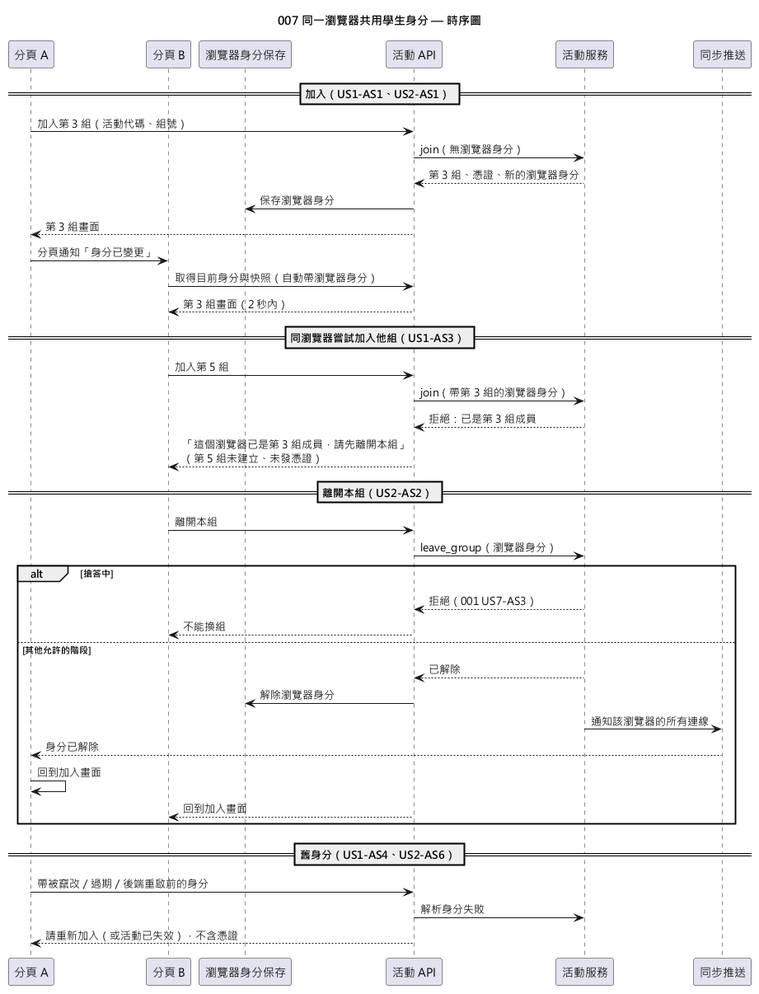
Above: diagrams/007-browser-identity-sync-sequence.png in EricC430/lecture-answer-first_group16_speckit (PlantUML), before the change. The source it was exported from:
```plantuml
@startuml 007-browser-identity-sync-sequence
!pragma layout smetana
skinparam defaultFontName "Microsoft JhengHei"
title 007 同一瀏覽器共用學生身分 — 時序圖

participant "分頁 A" as A
participant "分頁 B" as B
participant "瀏覽器身分保存" as Store
participant "活動 API" as Api
participant "活動服務" as Svc
participant "同步推送" as Sync

== 加入（US1-AS1、US2-AS1） ==
A -> Api : 加入第 3 組（活動代碼、組號）
Api -> Svc : join（無瀏覽器身分）
Svc --> Api : 第 3 組、憑證、新的瀏覽器身分
Api -> Store : 保存瀏覽器身分
Api --> A : 第 3 組畫面
A -> B : 分頁通知「身分已變更」
B -> Api : 取得目前身分與快照（自動帶瀏覽器身分）
Api --> B : 第 3 組畫面（2 秒內）

== 同瀏覽器嘗試加入他組（US1-AS3） ==
B -> Api : 加入第 5 組
Api -> Svc : join（帶第 3 組的瀏覽器身分）
Svc --> Api : 拒絕：已是第 3 組成員
Api --> B : 「這個瀏覽器已是第 3 組成員，請先離開本組」\n（第 5 組未建立、未發憑證）

== 離開本組（US2-AS2） ==
B -> Api : 離開本組
Api -> Svc : leave_group（瀏覽器身分）
alt 搶答中
  Svc --> Api : 拒絕（001 US7-AS3）
  Api --> B : 不能換組
else 其他允許的階段
  Svc --> Api : 已解除
  Api -> Store : 解除瀏覽器身分
  Svc -> Sync : 通知該瀏覽器的所有連線
  Sync --> A : 身分已解除
  A -> A : 回到加入畫面
  Api --> B : 回到加入畫面
end

== 舊身分（US1-AS4、US2-AS6） ==
A -> Api : 帶被竄改／過期／後端重啟前的身分
Api -> Svc : 解析身分失敗
Api --> A : 請重新加入（或活動已失效），不含憑證
@enduml
```
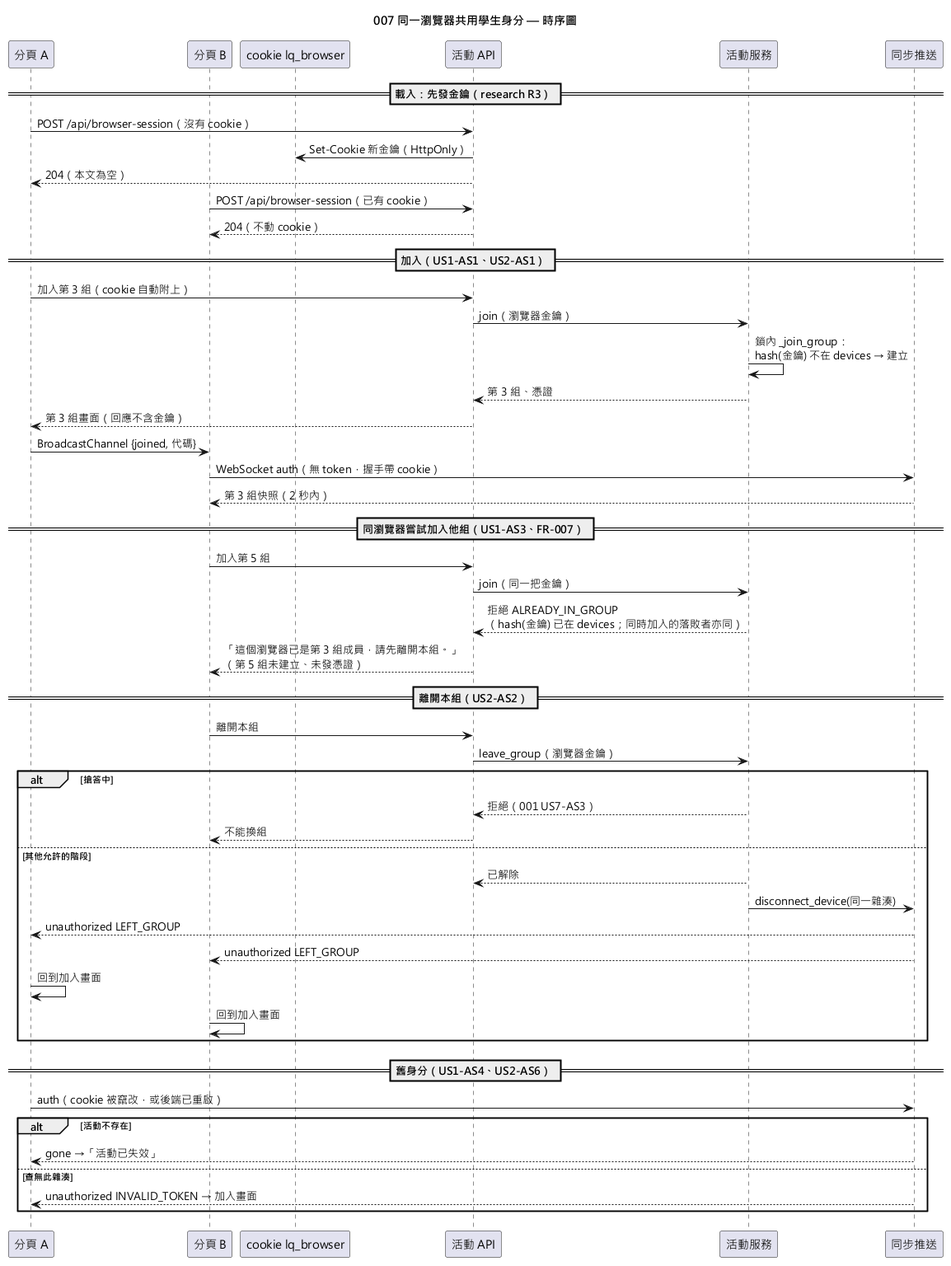
The same diagram one commit later.

Commit message:
docs: 007 plan、research、data-model、契約與 quickstart，依設計更新圖表

The edit, as a diff of the source:
```diff
@@ -5,44 +5,54 @@
 
 participant "分頁 A" as A
 participant "分頁 B" as B
-participant "瀏覽器身分保存" as Store
+participant "cookie lq_browser" as Store
 participant "活動 API" as Api
 participant "活動服務" as Svc
 participant "同步推送" as Sync
 
+== 載入：先發金鑰（research R3） ==
+A -> Api : POST /api/browser-session（沒有 cookie）
+Api -> Store : Set-Cookie 新金鑰（HttpOnly）
+Api --> A : 204（本文為空）
+B -> Api : POST /api/browser-session（已有 cookie）
+Api --> B : 204（不動 cookie）
+
 == 加入（US1-AS1、US2-AS1） ==
-A -> Api : 加入第 3 組（活動代碼、組號）
-Api -> Svc : join（無瀏覽器身分）
-Svc --> Api : 第 3 組、憑證、新的瀏覽器身分
-Api -> Store : 保存瀏覽器身分
-Api --> A : 第 3 組畫面
-A -> B : 分頁通知「身分已變更」
-B -> Api : 取得目前身分與快照（自動帶瀏覽器身分）
-Api --> B : 第 3 組畫面（2 秒內）
+A -> Api : 加入第 3 組（cookie 自動附上）
+Api -> Svc : join（瀏覽器金鑰）
+Svc -> Svc : 鎖內 _join_group：\nhash(金鑰) 不在 devices → 建立
+Svc --> Api : 第 3 組、憑證
+Api --> A : 第 3 組畫面（回應不含金鑰）
+A -> B : BroadcastChannel {joined, 代碼}
+B -> Sync : WebSocket auth（無 token，握手帶 cookie）
+Sync --> B : 第 3 組快照（2 秒內）
 
-== 同瀏覽器嘗試加入他組（US1-AS3） ==
+== 同瀏覽器嘗試加入他組（US1-AS3、FR-007） ==
 B -> Api : 加入第 5 組
-Api -> Svc : join（帶第 3 組的瀏覽器身分）
-Svc --> Api : 拒絕：已是第 3 組成員
-Api --> B : 「這個瀏覽器已是第 3 組成員，請先離開本組」\n（第 5 組未建立、未發憑證）
+Api -> Svc : join（同一把金鑰）
+Svc --> Api : 拒絕 ALREADY_IN_GROUP\n（hash(金鑰) 已在 devices；同時加入的落敗者亦同）
+Api --> B : 「這個瀏覽器已是第 3 組成員，請先離開本組。」\n（第 5 組未建立、未發憑證）
 
 == 離開本組（US2-AS2） ==
 B -> Api : 離開本組
-Api -> Svc : leave_group（瀏覽器身分）
+Api -> Svc : leave_group（瀏覽器金鑰）
 alt 搶答中
   Svc --> Api : 拒絕（001 US7-AS3）
   Api --> B : 不能換組
 else 其他允許的階段
   Svc --> Api : 已解除
-  Api -> Store : 解除瀏覽器身分
-  Svc -> Sync : 通知該瀏覽器的所有連線
-  Sync --> A : 身分已解除
+  Svc -> Sync : disconnect_device(同一雜湊)
+  Sync --> A : unauthorized LEFT_GROUP
+  Sync --> B : unauthorized LEFT_GROUP
   A -> A : 回到加入畫面
-  Api --> B : 回到加入畫面
+  B -> B : 回到加入畫面
 end
 
 == 舊身分（US1-AS4、US2-AS6） ==
-A -> Api : 帶被竄改／過期／後端重啟前的身分
-Api -> Svc : 解析身分失敗
-Api --> A : 請重新加入（或活動已失效），不含憑證
+A -> Sync : auth（cookie 被竄改，或後端已重啟）
+alt 活動不存在
+  Sync --> A : gone →「活動已失效」
+else 查無此雜湊
+  Sync --> A : unauthorized INVALID_TOKEN → 加入畫面
+end
 @enduml
```
